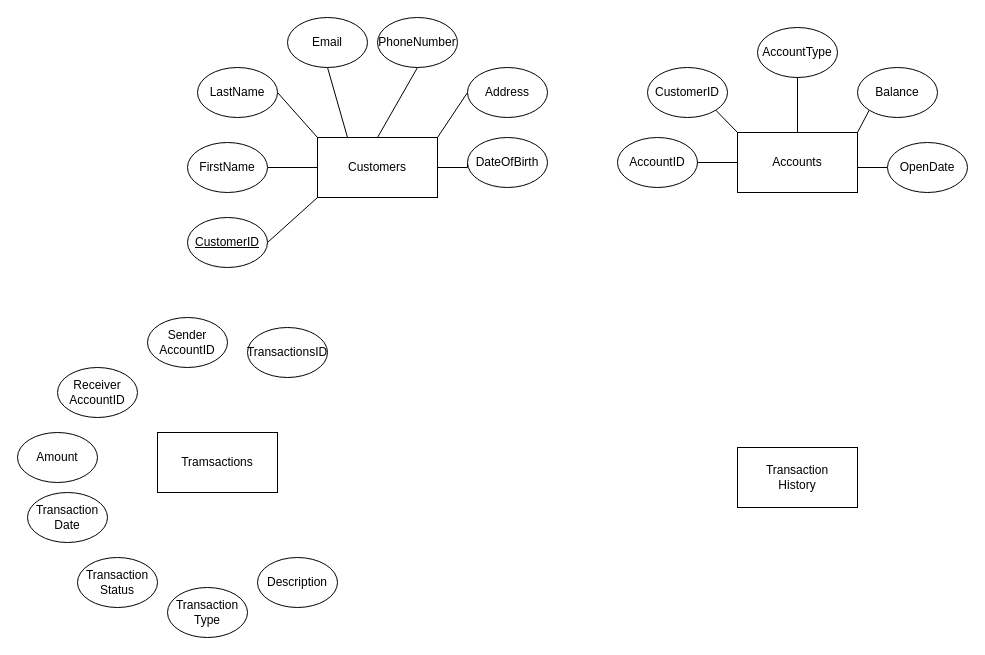
Before: OLBK.drawio in ngoquanghuy2001/QLBanking, a draw.io diagram. Source tidied: cells renumbered, new cells numbered last; positions are measured from the earlier drawing's top-left corner, leaving out a move shared by most shapes. Both pictures are drawn from the tidied source at 100%, with x=0, y=0 at pixel (17, 17).
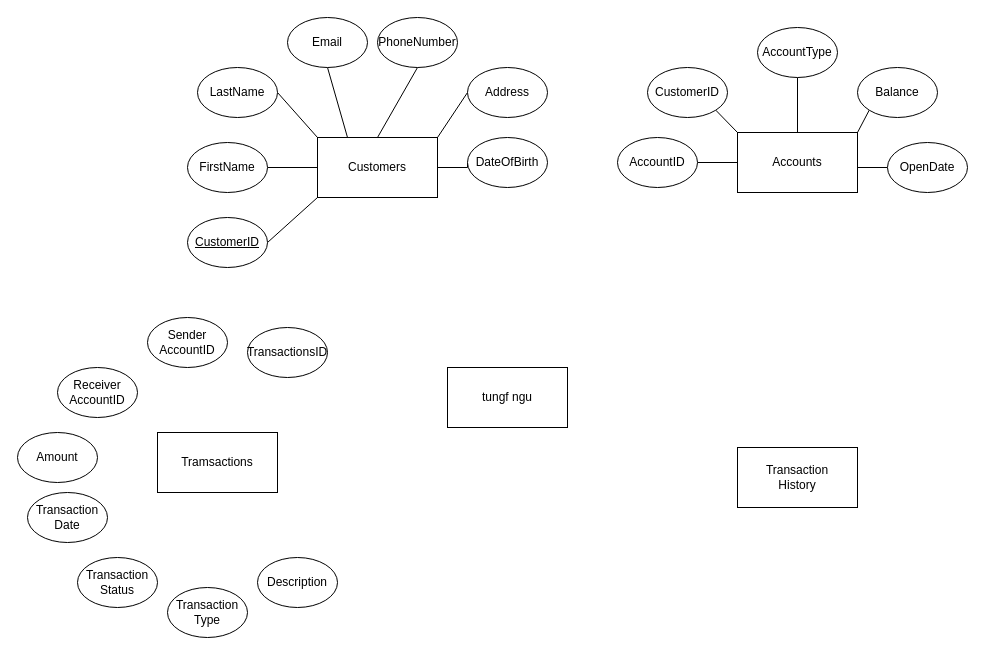
After the change.

The edit, as a diff of the source:
```diff
@@
+    <mxCell id="38" value="tungf ngu" style="rounded=0;whiteSpace=wrap;html=1;" parent="1" vertex="1">
+      <mxGeometry x="430" y="350" width="120" height="60" as="geometry" />
+    </mxCell>
```
